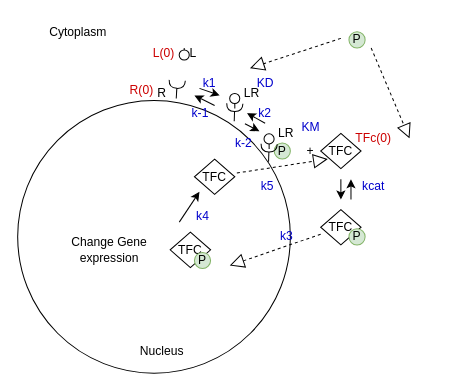
The draw.io diagram Untitled Diagram.drawio in DaniAngelov17/modeling-biosystems, before the edit. Source tidied: cells renumbered, new cells numbered last; positions are measured from the earlier drawing's top-left corner, leaving out a move shared by most shapes. Both pictures are drawn from the tidied source at 101%, with x=0, y=0 at pixel (17, 17). Pictures stored in the file or linked from it are replaced by grey dashed boxes.
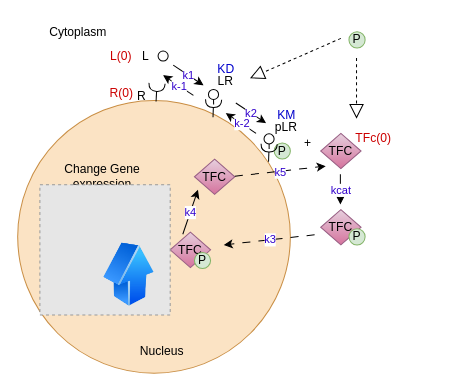
Above is the later version.

Change to the diagram source:
```diff
@@
-    <mxCell id="2" style="ellipse;whiteSpace=wrap;html=1;" parent="1" vertex="1">
+    <mxCell id="2" style="ellipse;whiteSpace=wrap;html=1;opacity=70;opacityGroup=1;fillColor=#fad7ac;strokeColor=#b46504;" parent="1" vertex="1">
       <mxGeometry y="82" width="270" height="270" as="geometry" />
     </mxCell>
@@
     <mxCell id="5" style="rounded=0;jettySize=auto;html=1;endArrow=halfCircle;endFill=0;endSize=6;strokeWidth=1;sketch=0;exitX=0.745;exitY=0.063;exitDx=0;exitDy=0;exitPerimeter=0;" parent="1" edge="1" target="7">
       <mxGeometry relative="1" as="geometry">
-        <mxPoint x="214.4" y="102.6" as="sourcePoint" />
+        <mxPoint x="193.4" y="98.6" as="sourcePoint" />
       </mxGeometry>
     </mxCell>
     <mxCell id="6" style="rounded=0;orthogonalLoop=1;jettySize=auto;html=1;endArrow=oval;endFill=0;sketch=0;sourcePerimeterSpacing=0;targetPerimeterSpacing=0;endSize=10;" parent="1" edge="1">
       <mxGeometry relative="1" as="geometry">
-        <mxPoint x="215" y="90" as="sourcePoint" />
-        <mxPoint x="214.9" y="80" as="targetPoint" />
+        <mxPoint x="194" y="86" as="sourcePoint" />
+        <mxPoint x="193.9" y="76" as="targetPoint" />
       </mxGeometry>
     </mxCell>
     <mxCell id="7" style="ellipse;whiteSpace=wrap;html=1;align=center;fillColor=none;strokeColor=none;perimeter=centerPerimeter;points=[];outlineConnect=1;" parent="1" vertex="1">
-      <mxGeometry x="210" y="80" width="10" height="10" as="geometry" />
+      <mxGeometry x="189" y="76" width="10" height="10" as="geometry" />
     </mxCell>
     <mxCell id="8" value="LR" style="text;html=1;whiteSpace=wrap;strokeColor=none;fillColor=none;align=center;verticalAlign=middle;rounded=0;" parent="1" vertex="1">
-      <mxGeometry x="220" y="60" width="24" height="30" as="geometry" />
+      <mxGeometry x="194" y="53" width="24" height="20" as="geometry" />
     </mxCell>
     <mxCell id="9" style="rounded=0;orthogonalLoop=1;jettySize=auto;html=1;endArrow=halfCircle;endFill=0;endSize=6;strokeWidth=1;sketch=0;exitX=0.745;exitY=0.063;exitDx=0;exitDy=0;exitPerimeter=0;" parent="1" edge="1">
       <mxGeometry relative="1" as="geometry">
-        <mxPoint x="157" y="80" as="sourcePoint" />
-        <mxPoint x="158" y="62" as="targetPoint" />
+        <mxPoint x="137" y="83" as="sourcePoint" />
+        <mxPoint x="138" y="65" as="targetPoint" />
       </mxGeometry>
     </mxCell>
-    <mxCell id="10" style="rounded=0;orthogonalLoop=1;jettySize=auto;html=1;endArrow=oval;endFill=0;sketch=0;sourcePerimeterSpacing=0;targetPerimeterSpacing=0;endSize=10;" parent="1" edge="1">
-      <mxGeometry relative="1" as="geometry">
-        <mxPoint x="164.9" y="30" as="sourcePoint" />
-        <mxPoint x="164.9" y="37" as="targetPoint" />
-      </mxGeometry>
-    </mxCell>
     <mxCell id="11" style="ellipse;whiteSpace=wrap;html=1;align=center;fillColor=none;strokeColor=none;perimeter=centerPerimeter;" parent="1" vertex="1">
-      <mxGeometry x="160" y="57" width="10" height="10" as="geometry" />
+      <mxGeometry x="139" y="53" width="10" height="10" as="geometry" />
     </mxCell>
     <mxCell id="12" value="L" style="text;html=1;whiteSpace=wrap;strokeColor=none;fillColor=none;align=center;verticalAlign=middle;rounded=0;" parent="1" vertex="1">
-      <mxGeometry x="144" y="20" width="60" height="30" as="geometry" />
+      <mxGeometry x="115" y="33" width="24" height="10" as="geometry" />
     </mxCell>
     <mxCell id="13" value="R" style="text;html=1;whiteSpace=wrap;strokeColor=none;fillColor=none;align=center;verticalAlign=middle;rounded=0;" parent="1" vertex="1">
-      <mxGeometry x="135" y="60" width="16" height="30" as="geometry" />
+      <mxGeometry x="115" y="63" width="16" height="30" as="geometry" />
     </mxCell>
@@
-    <mxCell id="18" value="LR" style="text;html=1;whiteSpace=wrap;strokeColor=none;fillColor=none;align=center;verticalAlign=middle;rounded=0;" parent="1" vertex="1">
-      <mxGeometry x="254" y="100" width="24" height="30" as="geometry" />
+    <mxCell id="18" value="pLR" style="text;html=1;whiteSpace=wrap;strokeColor=none;fillColor=none;align=center;verticalAlign=middle;rounded=0;" parent="1" vertex="1">
+      <mxGeometry x="253.5" y="94" width="24" height="30" as="geometry" />
     </mxCell>
     <mxCell id="19" value="+" style="text;html=1;whiteSpace=wrap;strokeColor=none;fillColor=none;align=center;verticalAlign=middle;rounded=0;" parent="1" vertex="1">
-      <mxGeometry x="260" y="117" width="60" height="30" as="geometry" />
+      <mxGeometry x="275" y="120" width="25" height="10" as="geometry" />
     </mxCell>
-    <mxCell id="20" value="TFC" style="rhombus;whiteSpace=wrap;html=1;" parent="1" vertex="1">
+    <mxCell id="20" value="TFC" style="rhombus;whiteSpace=wrap;html=1;fillColor=#e6d0de;gradientColor=#d5739d;strokeColor=#996185;" parent="1" vertex="1">
       <mxGeometry x="300" y="114.5" width="40" height="35" as="geometry" />
     </mxCell>
-    <mxCell id="21" style="endArrow=classic;html=1;rounded=0;" parent="1" edge="1">
-      <mxGeometry relative="1" as="geometry">
-        <mxPoint x="320" y="160" as="sourcePoint" />
-        <mxPoint x="320" y="180" as="targetPoint" />
-      </mxGeometry>
-    </mxCell>
-    <mxCell id="22" value="TFC" style="rhombus;whiteSpace=wrap;html=1;" parent="1" vertex="1">
+    <mxCell id="22" value="TFC" style="rhombus;whiteSpace=wrap;html=1;fillColor=#e6d0de;gradientColor=#d5739d;strokeColor=#996185;" parent="1" vertex="1">
       <mxGeometry x="300" y="190" width="40" height="35" as="geometry" />
     </mxCell>
@@
-    <mxCell id="25" style="endArrow=classic;html=1;rounded=0;" parent="1" edge="1">
-      <mxGeometry relative="1" as="geometry">
-        <mxPoint x="180" y="70" as="sourcePoint" />
-        <mxPoint x="200" y="77" as="targetPoint" />
-      </mxGeometry>
-    </mxCell>
-    <mxCell id="26" style="endArrow=classic;html=1;rounded=0;" parent="1" edge="1">
-      <mxGeometry relative="1" as="geometry">
-        <mxPoint x="330" y="180" as="sourcePoint" />
-        <mxPoint x="330" y="160" as="targetPoint" />
-      </mxGeometry>
-    </mxCell>
-    <mxCell id="27" style="endArrow=block;dashed=1;endFill=0;endSize=12;html=1;rounded=0;" parent="1" edge="1">
-      <mxGeometry relative="1" as="geometry">
-        <mxPoint x="300" y="214.4" as="sourcePoint" />
-        <mxPoint x="210" y="245.4" as="targetPoint" />
-      </mxGeometry>
-    </mxCell>
-    <mxCell id="28" value="TFC" style="rhombus;whiteSpace=wrap;html=1;" parent="1" vertex="1">
+    <mxCell id="28" value="TFC" style="rhombus;whiteSpace=wrap;html=1;fillColor=#e6d0de;gradientColor=#d5739d;strokeColor=#996185;" parent="1" vertex="1">
       <mxGeometry x="151" y="212.4" width="40" height="35" as="geometry" />
     </mxCell>
@@
-    <mxCell id="30" style="endArrow=block;dashed=1;endFill=0;endSize=12;html=1;rounded=0;" parent="1" edge="1">
-      <mxGeometry relative="1" as="geometry">
-        <mxPoint x="217" y="153.8" as="sourcePoint" />
-        <mxPoint x="307" y="140" as="targetPoint" />
-      </mxGeometry>
-    </mxCell>
     <mxCell id="31" value="Change Gene expression" style="text;html=1;whiteSpace=wrap;strokeColor=none;fillColor=none;align=center;verticalAlign=middle;rounded=0;" parent="1" vertex="1">
-      <mxGeometry x="31" y="220.4" width="120" height="19" as="geometry" />
+      <mxGeometry x="24" y="147" width="120" height="19" as="geometry" />
     </mxCell>
-    <mxCell id="32" value="TFC" style="rhombus;whiteSpace=wrap;html=1;" parent="1" vertex="1">
+    <mxCell id="32" value="TFC" style="rhombus;whiteSpace=wrap;html=1;fillColor=#e6d0de;gradientColor=#d5739d;strokeColor=#996185;" parent="1" vertex="1">
       <mxGeometry x="175" y="140" width="40" height="35" as="geometry" />
     </mxCell>
-    <mxCell id="33" style="endArrow=classic;html=1;rounded=0;" parent="1" edge="1">
-      <mxGeometry relative="1" as="geometry">
-        <mxPoint x="160" y="202.4" as="sourcePoint" />
-        <mxPoint x="180" y="172.4" as="targetPoint" />
-      </mxGeometry>
-    </mxCell>
     <mxCell id="34" value="&lt;font style=&quot;&quot;&gt;L(0)&lt;/font&gt;" style="text;html=1;whiteSpace=wrap;strokeColor=none;fillColor=none;align=center;verticalAlign=middle;rounded=0;fontColor=#CC0000;" parent="1" vertex="1">
-      <mxGeometry x="115" y="20" width="60" height="30" as="geometry" />
+      <mxGeometry x="90" y="33" width="25" height="10" as="geometry" />
     </mxCell>
     <mxCell id="35" value="&lt;font style=&quot;&quot;&gt;R(0)&lt;/font&gt;" style="text;html=1;whiteSpace=wrap;strokeColor=none;fillColor=none;align=center;verticalAlign=middle;rounded=0;fontColor=#CC0000;" parent="1" vertex="1">
-      <mxGeometry x="93" y="57" width="60" height="30" as="geometry" />
+      <mxGeometry x="94.5" y="67" width="16" height="16" as="geometry" />
     </mxCell>
-    <mxCell id="36" style="endArrow=classic;html=1;rounded=0;" parent="1" edge="1">
-      <mxGeometry relative="1" as="geometry">
-        <mxPoint x="195" y="87" as="sourcePoint" />
-        <mxPoint x="175" y="77" as="targetPoint" />
-      </mxGeometry>
-    </mxCell>
-    <mxCell id="37" value="&lt;font style=&quot;color: rgb(0, 0, 204);&quot;&gt;k1&lt;/font&gt;" style="text;html=1;whiteSpace=wrap;strokeColor=none;fillColor=none;align=center;verticalAlign=middle;rounded=0;" parent="1" vertex="1">
-      <mxGeometry x="160" y="50" width="60" height="30" as="geometry" />
-    </mxCell>
-    <mxCell id="38" value="&lt;font style=&quot;color: rgb(0, 0, 204);&quot;&gt;k-1&lt;/font&gt;" style="text;html=1;whiteSpace=wrap;strokeColor=none;fillColor=none;align=center;verticalAlign=middle;rounded=0;" parent="1" vertex="1">
-      <mxGeometry x="151" y="80" width="60" height="30" as="geometry" />
-    </mxCell>
     <mxCell id="39" value="&lt;font color=&quot;#0000cc&quot;&gt;KD&lt;/font&gt;" style="text;html=1;whiteSpace=wrap;strokeColor=none;fillColor=none;align=center;verticalAlign=middle;rounded=0;" parent="1" vertex="1">
-      <mxGeometry x="232.5" y="50" width="25" height="30" as="geometry" />
+      <mxGeometry x="193.5" y="41" width="25" height="20" as="geometry" />
     </mxCell>
-    <mxCell id="40" value="&lt;font color=&quot;#0000cc&quot;&gt;k2&lt;/font&gt;" style="text;html=1;whiteSpace=wrap;strokeColor=none;fillColor=none;align=center;verticalAlign=middle;rounded=0;" parent="1" vertex="1">
-      <mxGeometry x="215" y="80" width="60" height="30" as="geometry" />
-    </mxCell>
-    <mxCell id="41" style="endArrow=classic;html=1;rounded=0;" parent="1" edge="1">
-      <mxGeometry relative="1" as="geometry">
-        <mxPoint x="245" y="104.5" as="sourcePoint" />
-        <mxPoint x="227" y="94.5" as="targetPoint" />
-      </mxGeometry>
-    </mxCell>
-    <mxCell id="42" style="endArrow=classic;html=1;rounded=0;entryX=0.756;entryY=0.079;entryDx=0;entryDy=0;entryPerimeter=0;" parent="1" edge="1" target="43">
-      <mxGeometry relative="1" as="geometry">
-        <mxPoint x="225" y="105" as="sourcePoint" />
-      </mxGeometry>
-    </mxCell>
-    <mxCell id="43" value="&lt;font color=&quot;#0000cc&quot;&gt;k-2&lt;/font&gt;" style="text;html=1;whiteSpace=wrap;strokeColor=none;fillColor=none;align=center;verticalAlign=middle;rounded=0;" parent="1" vertex="1">
-      <mxGeometry x="194" y="110" width="60" height="30" as="geometry" />
-    </mxCell>
     <mxCell id="44" value="&lt;font color=&quot;#0000cc&quot;&gt;KM&lt;/font&gt;" style="text;html=1;whiteSpace=wrap;strokeColor=none;fillColor=none;align=center;verticalAlign=middle;rounded=0;" parent="1" vertex="1">
-      <mxGeometry x="277.5" y="94" width="25" height="30" as="geometry" />
+      <mxGeometry x="253.5" y="82" width="25" height="30" as="geometry" />
     </mxCell>
-    <mxCell id="45" value="&lt;font color=&quot;#0000cc&quot;&gt;kcat&lt;/font&gt;" style="text;html=1;whiteSpace=wrap;strokeColor=none;fillColor=none;align=center;verticalAlign=middle;rounded=0;" parent="1" vertex="1">
-      <mxGeometry x="340" y="152.4" width="25" height="30" as="geometry" />
-    </mxCell>
-    <mxCell id="46" value="&lt;font color=&quot;#0000cc&quot;&gt;k3&lt;/font&gt;" style="text;html=1;whiteSpace=wrap;strokeColor=none;fillColor=none;align=center;verticalAlign=middle;rounded=0;" parent="1" vertex="1">
-      <mxGeometry x="254" y="202" width="25" height="30" as="geometry" />
-    </mxCell>
-    <mxCell id="47" value="&lt;font color=&quot;#0000cc&quot;&gt;k4&lt;/font&gt;" style="text;html=1;whiteSpace=wrap;strokeColor=none;fillColor=none;align=center;verticalAlign=middle;rounded=0;" parent="1" vertex="1">
-      <mxGeometry x="170.5" y="182.4" width="25" height="30" as="geometry" />
-    </mxCell>
-    <mxCell id="48" value="&lt;font color=&quot;#0000cc&quot;&gt;k5&lt;/font&gt;" style="text;html=1;whiteSpace=wrap;strokeColor=none;fillColor=none;align=center;verticalAlign=middle;rounded=0;" parent="1" vertex="1">
-      <mxGeometry x="235" y="152.4" width="25" height="30" as="geometry" />
-    </mxCell>
@@
-    <mxCell id="51" style="endArrow=block;dashed=1;endFill=0;endSize=12;html=1;rounded=0;entryX=1;entryY=0;entryDx=0;entryDy=0;" parent="1" edge="1">
+    <mxCell id="51" style="endArrow=block;dashed=1;endFill=0;endSize=12;html=1;rounded=0;" parent="1" edge="1">
       <mxGeometry relative="1" as="geometry">
-        <mxPoint x="350" y="30" as="sourcePoint" />
-        <mxPoint x="388" y="119.5" as="targetPoint" />
+        <mxPoint x="335.5" y="40" as="sourcePoint" />
+        <mxPoint x="335.5" y="100" as="targetPoint" />
       </mxGeometry>
     </mxCell>
     <mxCell id="52" style="endArrow=block;dashed=1;endFill=0;endSize=12;html=1;rounded=0;" parent="1" edge="1">
       <mxGeometry relative="1" as="geometry">
         <mxPoint x="320" y="20.5" as="sourcePoint" />
-        <mxPoint x="230" y="50" as="targetPoint" />
+        <mxPoint x="230" y="60" as="targetPoint" />
       </mxGeometry>
     </mxCell>
+    <mxCell id="53" style="fillColor=#E6E6E6;strokeColor=#999999;dashed=1;html=1;verticalAlign=top;verticalLabelPosition=bottom;labelBackgroundColor=#ffffff;" parent="1" vertex="1">
+      <mxGeometry x="22" y="165.4" width="129" height="129" as="geometry" />
+    </mxCell>
+    <mxCell id="54" style="image;html=1;image=img/lib/clip_art/finance/Arrow_Up_128x128.png;labelPerimeter=1;" parent="1" vertex="1">
+      <mxGeometry x="85" y="214.4" width="50" height="80" as="geometry" />
+    </mxCell>
+    <mxCell id="55" style="ellipse;whiteSpace=wrap;html=1;shapeInside=1;" parent="1" vertex="1">
+      <mxGeometry x="139" y="33" width="10" height="10" as="geometry" />
+    </mxCell>
+    <mxCell id="56" style="endArrow=classic;html=1;rounded=0;defaultLabelBackgroundColor=page;" parent="1" edge="1">
+      <mxGeometry relative="1" as="geometry">
+        <mxPoint x="163.5" y="214.4" as="sourcePoint" />
+        <mxPoint x="178.5" y="170.4" as="targetPoint" />
+      </mxGeometry>
+    </mxCell>
+    <mxCell id="47" value="k4" style="edgeLabel;html=1;inheritText=fontFamily,fontSize,fontStyle,textOpacity,labelBorderColor,labelBorderWidth,labelBackgroundColor,defaultLabelBackgroundColor,labelPadding;align=center;verticalAlign=middle;defaultLabelBackgroundColor=page;fontColor=light-dark(#3100cc, #ededed);" parent="56" vertex="1">
+      <mxGeometry relative="1" as="geometry" />
+    </mxCell>
+    <mxCell id="57" style="endArrow=classic;html=1;rounded=0;defaultLabelBackgroundColor=page;dashed=1;dashPattern=8 8;" parent="1" edge="1">
+      <mxGeometry relative="1" as="geometry">
+        <mxPoint x="294" y="215" as="sourcePoint" />
+        <mxPoint x="204" y="225" as="targetPoint" />
+      </mxGeometry>
+    </mxCell>
+    <mxCell id="46" value="k3" style="edgeLabel;html=1;inheritText=fontFamily,fontSize,fontStyle,textOpacity,labelBorderColor,labelBorderWidth,labelBackgroundColor,defaultLabelBackgroundColor,labelPadding;align=center;verticalAlign=middle;defaultLabelBackgroundColor=page;fontColor=light-dark(#3100cc, #ededed);" parent="57" vertex="1">
+      <mxGeometry relative="1" as="geometry" />
+    </mxCell>
+    <mxCell id="58" style="endArrow=classic;html=1;rounded=0;defaultLabelBackgroundColor=page;dashed=1;dashPattern=8 8;" parent="1" edge="1">
+      <mxGeometry relative="1" as="geometry">
+        <mxPoint x="215" y="157" as="sourcePoint" />
+        <mxPoint x="305" y="147" as="targetPoint" />
+      </mxGeometry>
+    </mxCell>
+    <mxCell id="48" value="k5" style="edgeLabel;html=1;inheritText=fontFamily,fontSize,fontStyle,textOpacity,labelBorderColor,labelBorderWidth,labelBackgroundColor,defaultLabelBackgroundColor,labelPadding;align=center;verticalAlign=middle;defaultLabelBackgroundColor=page;fontColor=light-dark(#3100cc, #ededed);" parent="58" vertex="1">
+      <mxGeometry relative="1" as="geometry" />
+    </mxCell>
+    <mxCell id="59" style="endArrow=classic;html=1;rounded=0;defaultLabelBackgroundColor=page;" parent="1" edge="1">
+      <mxGeometry relative="1" as="geometry">
+        <mxPoint x="216" y="84.5" as="sourcePoint" />
+        <mxPoint x="246" y="104.5" as="targetPoint" />
+      </mxGeometry>
+    </mxCell>
+    <mxCell id="40" value="k2" style="edgeLabel;html=1;inheritText=fontFamily,fontSize,fontStyle,textOpacity,labelBorderColor,labelBorderWidth,labelBackgroundColor,defaultLabelBackgroundColor,labelPadding;align=center;verticalAlign=middle;defaultLabelBackgroundColor=page;fontColor=light-dark(#3100cc, #ededed);" parent="59" vertex="1">
+      <mxGeometry relative="1" as="geometry" />
+    </mxCell>
+    <mxCell id="60" style="endArrow=classic;html=1;rounded=0;defaultLabelBackgroundColor=page;" parent="1" edge="1">
+      <mxGeometry relative="1" as="geometry">
+        <mxPoint x="236" y="114.5" as="sourcePoint" />
+        <mxPoint x="206" y="94.5" as="targetPoint" />
+      </mxGeometry>
+    </mxCell>
+    <mxCell id="43" value="k-2" style="edgeLabel;html=1;inheritText=fontFamily,fontSize,fontStyle,textOpacity,labelBorderColor,labelBorderWidth,labelBackgroundColor,defaultLabelBackgroundColor,labelPadding;align=center;verticalAlign=middle;defaultLabelBackgroundColor=page;fontColor=light-dark(#3100cc, #ededed);" parent="60" vertex="1">
+      <mxGeometry relative="1" as="geometry" />
+    </mxCell>
+    <mxCell id="61" style="endArrow=classic;html=1;rounded=0;defaultLabelBackgroundColor=page;" parent="1" edge="1">
+      <mxGeometry relative="1" as="geometry">
+        <mxPoint x="154" y="47" as="sourcePoint" />
+        <mxPoint x="184" y="67" as="targetPoint" />
+      </mxGeometry>
+    </mxCell>
+    <mxCell id="37" value="k1" style="edgeLabel;html=1;inheritText=fontFamily,fontSize,fontStyle,textOpacity,labelBorderColor,labelBorderWidth,labelBackgroundColor,defaultLabelBackgroundColor,labelPadding;align=center;verticalAlign=middle;defaultLabelBackgroundColor=page;fontColor=light-dark(#3100cc, #ededed);" parent="61" vertex="1">
+      <mxGeometry relative="1" as="geometry" />
+    </mxCell>
+    <mxCell id="62" style="endArrow=classic;html=1;rounded=0;defaultLabelBackgroundColor=page;" parent="1" edge="1">
+      <mxGeometry relative="1" as="geometry">
+        <mxPoint x="174" y="77" as="sourcePoint" />
+        <mxPoint x="144" y="57" as="targetPoint" />
+      </mxGeometry>
+    </mxCell>
+    <mxCell id="38" value="k-1" style="edgeLabel;html=1;inheritText=fontFamily,fontSize,fontStyle,textOpacity,labelBorderColor,labelBorderWidth,labelBackgroundColor,defaultLabelBackgroundColor,labelPadding;align=center;verticalAlign=middle;defaultLabelBackgroundColor=page;fontColor=light-dark(#3100cc, #ededed);" parent="62" vertex="1">
+      <mxGeometry relative="1" as="geometry" />
+    </mxCell>
+    <mxCell id="63" style="endArrow=classic;html=1;rounded=0;defaultLabelBackgroundColor=page;" parent="1" edge="1">
+      <mxGeometry relative="1" as="geometry">
+        <mxPoint x="319.5" y="155" as="sourcePoint" />
+        <mxPoint x="319.5" y="185" as="targetPoint" />
+      </mxGeometry>
+    </mxCell>
+    <mxCell id="45" value="kcat" style="edgeLabel;html=1;inheritText=fontFamily,fontSize,fontStyle,textOpacity,labelBorderColor,labelBorderWidth,labelBackgroundColor,defaultLabelBackgroundColor,labelPadding;align=center;verticalAlign=middle;defaultLabelBackgroundColor=page;fontColor=light-dark(#3100cc, #ededed);" parent="63" vertex="1">
+      <mxGeometry relative="1" as="geometry" />
+    </mxCell>
```
